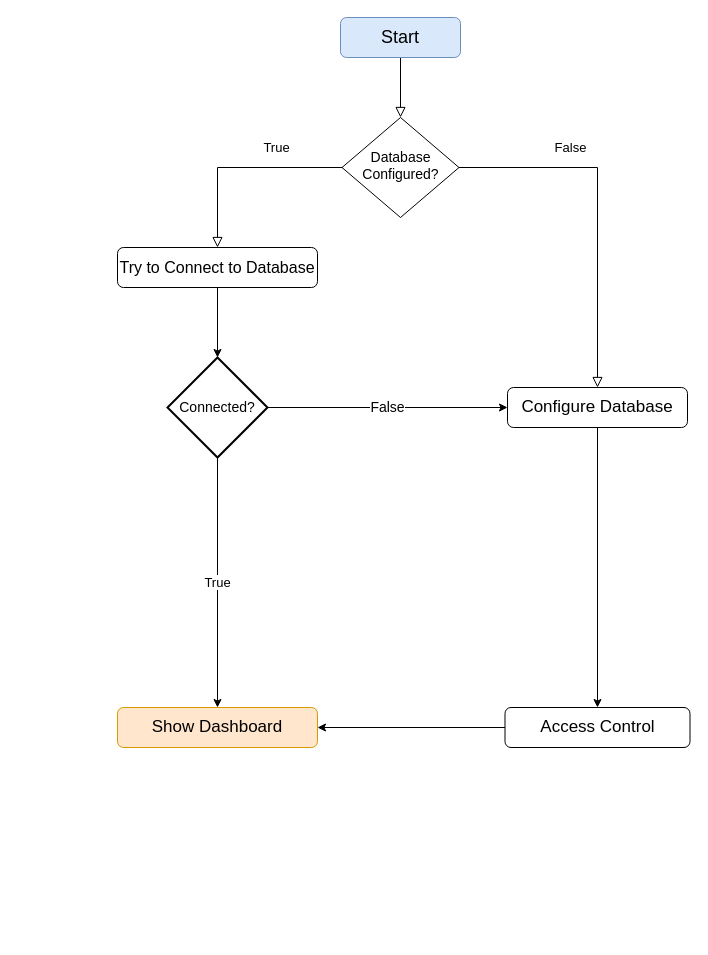
C0lliNN/AppointmentScheduler keeps this draw.io diagram as Docs/control_flow_graphs.drawio. Above is the earlier version. Source tidied: cells renumbered, new cells numbered last; positions are measured from the earlier drawing's top-left corner, leaving out a move shared by most shapes. Both pictures are drawn from the tidied source at 100%, with x=0, y=0 at pixel (117, 17).
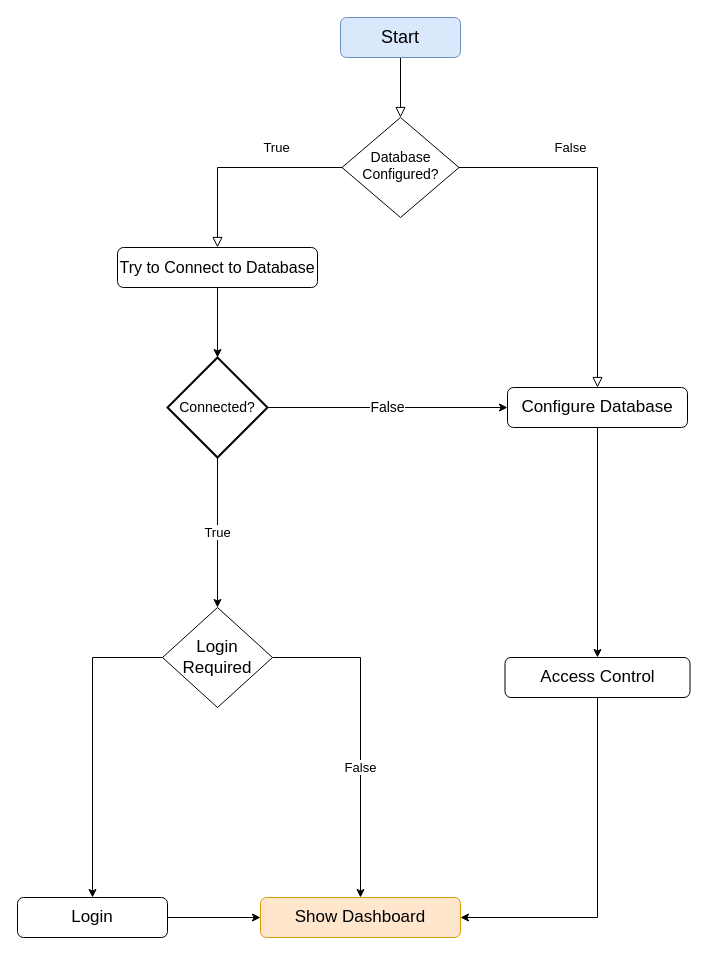
Above is the later version.

Unchanged cells that the change refers to:
```xml
<mxCell id="13" value="Connected?" style="strokeWidth=2;html=1;shape=mxgraph.flowchart.decision;whiteSpace=wrap;fontSize=14;" parent="1" vertex="1">
  <mxGeometry x="50" y="340" width="100" height="100" as="geometry" />
</mxCell>
```

Change to the diagram source:
```diff
@@
-    <mxCell id="12" value="True" style="edgeStyle=orthogonalEdgeStyle;rounded=0;jettySize=auto;html=1;entryX=0.5;entryY=0;entryDx=0;entryDy=0;fontSize=13;" parent="1" edge="1" source="13" target="14">
-      <mxGeometry relative="1" as="geometry" />
+    <mxCell id="12" value="False&lt;br&gt;" style="edgeStyle=orthogonalEdgeStyle;rounded=0;jettySize=auto;html=1;entryX=0.5;entryY=0;entryDx=0;entryDy=0;fontSize=13;" parent="1" edge="1" source="18" target="14">
+      <mxGeometry x="0.21" relative="1" as="geometry">
+        <Array as="points">
+          <mxPoint x="243" y="640" />
+        </Array>
+      </mxGeometry>
     </mxCell>
@@
     <mxCell id="14" value="&lt;font style=&quot;font-size: 17px&quot;&gt;Show Dashboard&lt;/font&gt;" style="rounded=1;whiteSpace=wrap;html=1;fontSize=13;fillColor=#ffe6cc;strokeColor=#d79b00;" parent="1" vertex="1">
-      <mxGeometry y="690" width="200" height="40" as="geometry" />
+      <mxGeometry x="143" y="880" width="200" height="40" as="geometry" />
     </mxCell>
-    <mxCell id="15" style="edgeStyle=orthogonalEdgeStyle;rounded=0;jettySize=auto;html=1;entryX=1;entryY=0.5;entryDx=0;entryDy=0;fontSize=17;" parent="1" edge="1" source="16" target="14">
+    <mxCell id="15" style="edgeStyle=orthogonalEdgeStyle;rounded=0;jettySize=auto;html=1;entryX=1;entryY=0.5;entryDx=0;entryDy=0;fontSize=17;exitX=0.5;exitY=1;exitDx=0;exitDy=0;" parent="1" edge="1" source="16" target="14">
       <mxGeometry relative="1" as="geometry" />
     </mxCell>
     <mxCell id="16" value="Access Control" style="rounded=1;whiteSpace=wrap;html=1;fontSize=17;" parent="1" vertex="1">
-      <mxGeometry x="387.5" y="690" width="185" height="40" as="geometry" />
+      <mxGeometry x="387.5" y="640" width="185" height="40" as="geometry" />
     </mxCell>
+    <mxCell id="17" style="edgeStyle=orthogonalEdgeStyle;rounded=0;jettySize=auto;html=1;fontSize=17;exitX=0;exitY=0.5;exitDx=0;exitDy=0;" parent="1" edge="1" source="18" target="21">
+      <mxGeometry relative="1" as="geometry" />
+    </mxCell>
+    <mxCell id="18" value="Login Required" style="rhombus;whiteSpace=wrap;html=1;fontSize=17;" parent="1" vertex="1">
+      <mxGeometry x="45" y="590" width="110" height="100" as="geometry" />
+    </mxCell>
+    <mxCell id="19" value="True" style="edgeStyle=orthogonalEdgeStyle;rounded=0;jettySize=auto;html=1;entryX=0.5;entryY=0;entryDx=0;entryDy=0;fontSize=13;" parent="1" edge="1" source="13" target="18">
+      <mxGeometry relative="1" as="geometry" />
+    </mxCell>
+    <mxCell id="20" style="edgeStyle=orthogonalEdgeStyle;rounded=0;jettySize=auto;html=1;entryX=0;entryY=0.5;entryDx=0;entryDy=0;fontSize=17;" parent="1" edge="1" source="21" target="14">
+      <mxGeometry relative="1" as="geometry" />
+    </mxCell>
+    <mxCell id="21" value="Login" style="rounded=1;whiteSpace=wrap;html=1;fontSize=17;" parent="1" vertex="1">
+      <mxGeometry x="-100" y="880" width="150" height="40" as="geometry" />
+    </mxCell>
```
